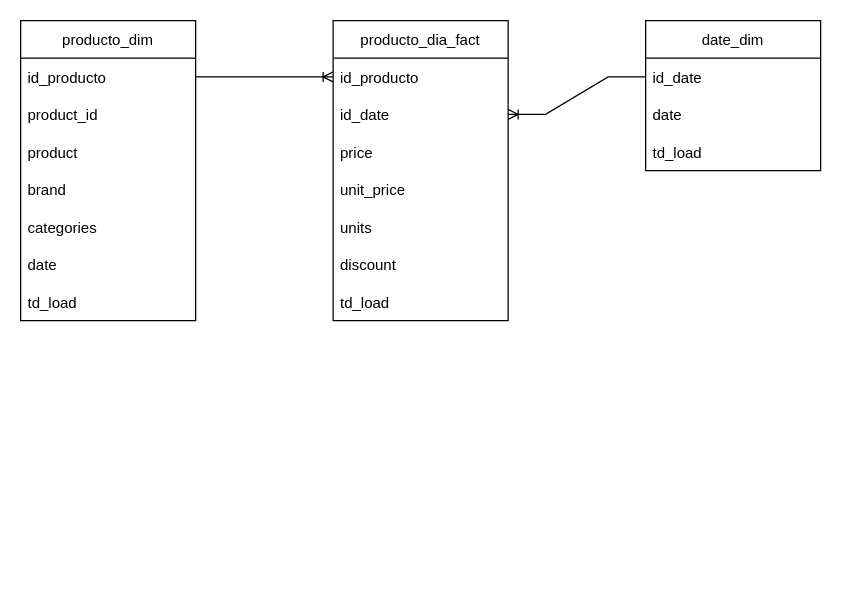
The draw.io diagram page "Base de datos" (2 of 2) of doc/Diseño Técnico.drawio in cperezh/FoodECommerceScraper, before the edit. Source tidied: cells renumbered, new cells numbered last; positions are measured from the earlier drawing's top-left corner, leaving out a move shared by most shapes. Both pictures are drawn from the tidied source at 125%, with x=0, y=0 at pixel (20, 20).
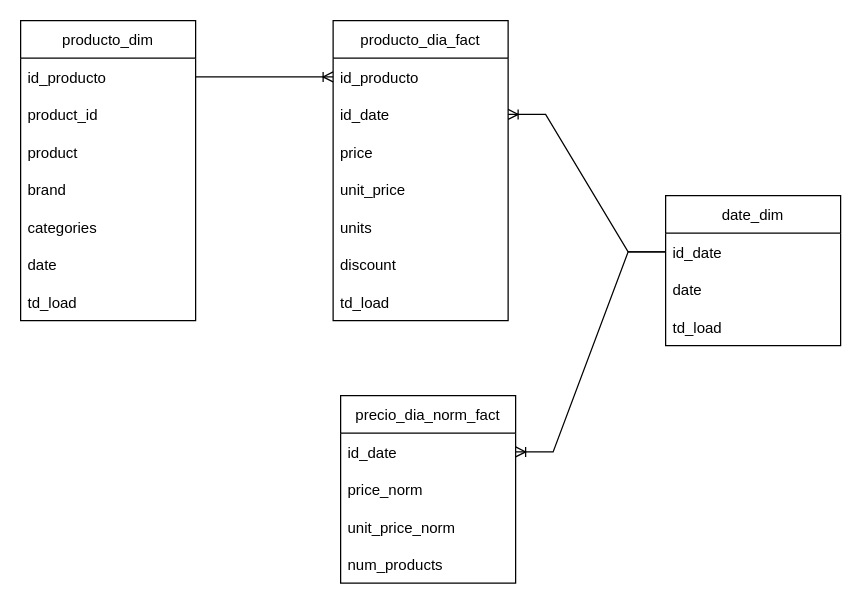
The same diagram, later.

The change refers to these unchanged cells:
```xml
<mxCell id="11" value="id_date" style="text;strokeColor=none;fillColor=none;align=left;verticalAlign=middle;spacingLeft=4;spacingRight=4;overflow=hidden;points=[[0,0.5],[1,0.5]];portConstraint=eastwest;" parent="10" vertex="1">
  <mxGeometry y="30" width="140" height="30" as="geometry" />
</mxCell>
```

What changed in the source:
```diff
@@
     <mxCell id="10" value="date_dim" style="swimlane;fontStyle=0;horizontal=1;startSize=30;" parent="1" vertex="1">
-      <mxGeometry x="500" width="140" height="120" as="geometry" />
+      <mxGeometry x="516" y="140" width="140" height="120" as="geometry" />
     </mxCell>
@@
+    <mxCell id="24" value="precio_dia_norm_fact" style="swimlane;fontStyle=0;horizontal=1;startSize=30;" parent="1" vertex="1">
+      <mxGeometry x="256" y="300" width="140" height="150" as="geometry" />
+    </mxCell>
+    <mxCell id="25" value="id_date" style="text;strokeColor=none;fillColor=none;align=left;verticalAlign=middle;spacingLeft=4;spacingRight=4;overflow=hidden;points=[[0,0.5],[1,0.5]];portConstraint=eastwest;" parent="24" vertex="1">
+      <mxGeometry y="30" width="140" height="30" as="geometry" />
+    </mxCell>
+    <mxCell id="26" value="price_norm" style="text;strokeColor=none;fillColor=none;align=left;verticalAlign=middle;spacingLeft=4;spacingRight=4;overflow=hidden;" parent="24" vertex="1">
+      <mxGeometry y="60" width="140" height="30" as="geometry" />
+    </mxCell>
+    <mxCell id="27" value="unit_price_norm" style="text;strokeColor=none;fillColor=none;align=left;verticalAlign=middle;spacingLeft=4;spacingRight=4;overflow=hidden;" parent="24" vertex="1">
+      <mxGeometry y="90" width="140" height="30" as="geometry" />
+    </mxCell>
+    <mxCell id="28" value="num_products" style="text;strokeColor=none;fillColor=none;align=left;verticalAlign=middle;spacingLeft=4;spacingRight=4;overflow=hidden;" parent="24" vertex="1">
+      <mxGeometry y="120" width="140" height="30" as="geometry" />
+    </mxCell>
+    <mxCell id="29" style="edgeStyle=entityRelationEdgeStyle;fontSize=12;html=1;endArrow=ERoneToMany;rounded=0;" parent="1" edge="1" source="11" target="25">
+      <mxGeometry relative="1" as="geometry" />
+    </mxCell>
```
